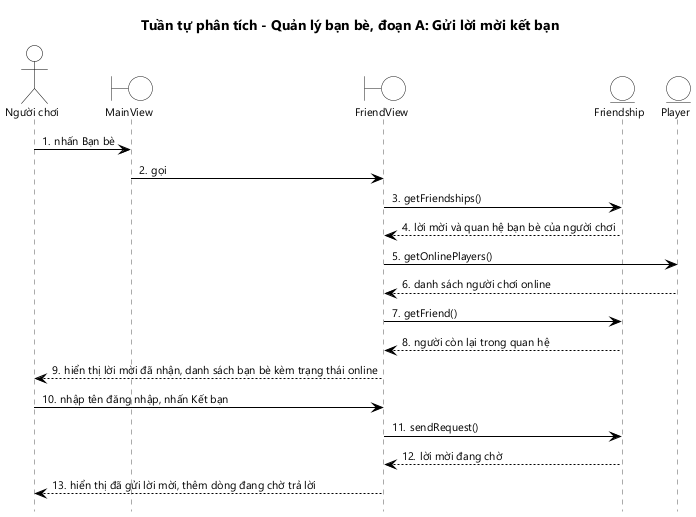
HungNguyenBa1811/math-dash keeps this PlantUML diagram as docs/hung/tuan-tu-phan-tich-uc07a.png. Above is the earlier version.
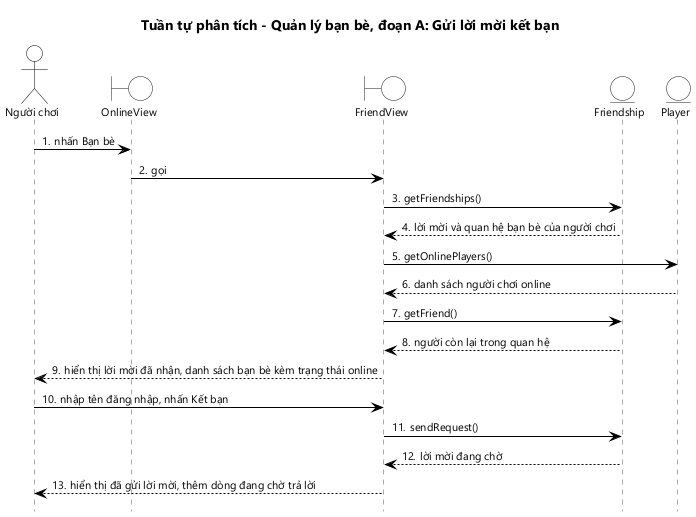
Later version of the same file.

What changed in the source:
```diff
@@ -3,13 +3,13 @@
 title Tuần tự phân tích - Quản lý bạn bè, đoạn A: Gửi lời mời kết bạn
 
 actor "Người chơi" as U
-boundary MainView as MV
+boundary OnlineView as OV
 boundary FriendView as FV
 entity Friendship as F
 entity Player as P
 
-U -> MV : nhấn Bạn bè
-MV -> FV : gọi
+U -> OV : nhấn Bạn bè
+OV -> FV : gọi
 FV -> F : getFriendships()
 F --> FV : lời mời và quan hệ bạn bè của người chơi
 FV -> P : getOnlinePlayers()
```
